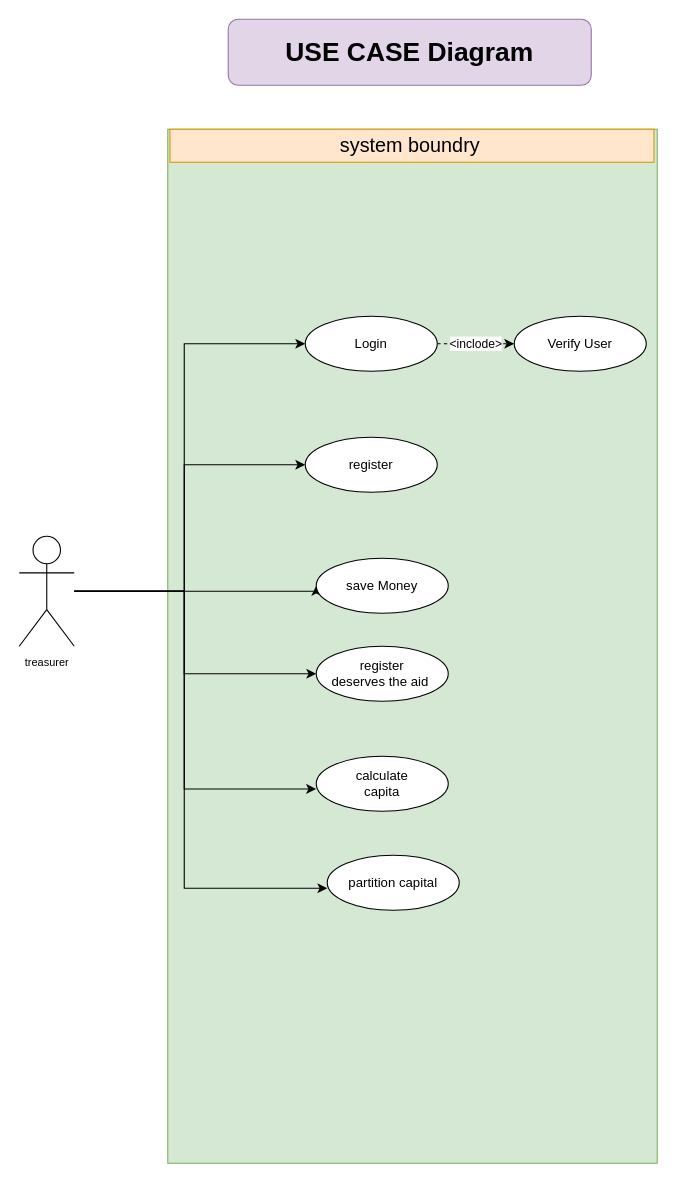
Before: page "Page-1" (1 of 3) of Untitled Diagram.drawio in michaelwagih199/Benevolent, a draw.io diagram. Source tidied: cells renumbered, new cells numbered last; positions are measured from the earlier drawing's top-left corner, leaving out a move shared by most shapes. Both pictures are drawn from the tidied source at 110%, with x=0, y=0 at pixel (19, 19).
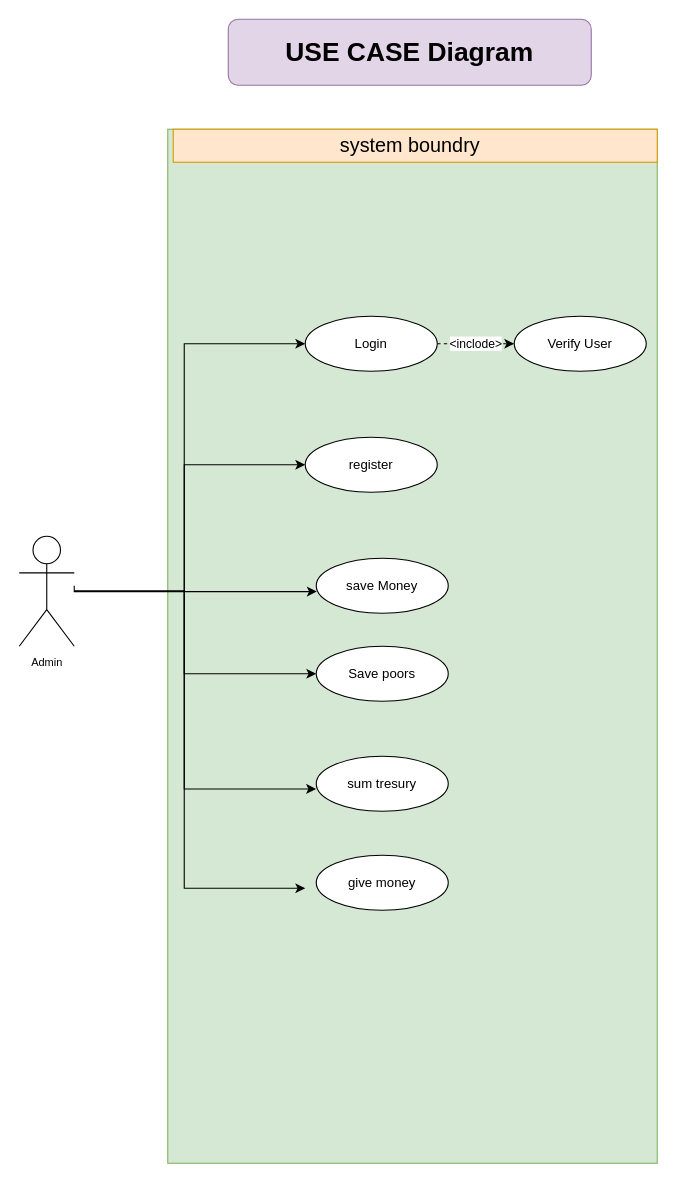
The same page after the edit.

The change refers to these unchanged cells:
```xml
<mxCell id="3" style="rounded=0;whiteSpace=wrap;html=1;fillColor=#d5e8d4;strokeColor=#82b366;" parent="1" vertex="1">
  <mxGeometry x="135" y="100" width="445" height="940" as="geometry" />
</mxCell>
<mxCell id="17" value="save Money" style="ellipse;whiteSpace=wrap;html=1;" parent="1" vertex="1">
  <mxGeometry x="270" y="490" width="120" height="50" as="geometry" />
</mxCell>
```

Change to the diagram source:
```diff
@@
     <mxCell id="4" style="rounded=0;whiteSpace=wrap;html=1;fillColor=#ffe6cc;strokeColor=#d79b00;" parent="1" vertex="1">
-      <mxGeometry x="137" y="100" width="440" height="30" as="geometry" />
+      <mxGeometry x="140" y="100" width="440" height="30" as="geometry" />
     </mxCell>
@@
-    <mxCell id="7" style="edgeStyle=orthogonalEdgeStyle;rounded=0;jettySize=auto;html=1;entryX=0;entryY=0.5;entryDx=0;entryDy=0;" parent="1" edge="1" source="11" target="17">
+    <mxCell id="7" style="edgeStyle=orthogonalEdgeStyle;rounded=0;jettySize=auto;html=1;entryX=0.004;entryY=0.606;entryDx=0;entryDy=0;entryPerimeter=0;" parent="1" edge="1" target="17">
       <mxGeometry relative="1" as="geometry">
+        <mxPoint x="50" y="515" as="sourcePoint" />
         <Array as="points">
-          <mxPoint x="270" y="520" />
+          <mxPoint x="50" y="520" />
         </Array>
       </mxGeometry>
     </mxCell>
@@
-    <mxCell id="10" style="edgeStyle=orthogonalEdgeStyle;rounded=0;jettySize=auto;html=1;entryX=0.326;entryY=0.734;entryDx=0;entryDy=0;entryPerimeter=0;" parent="1" edge="1" source="11" target="3">
+    <mxCell id="10" style="edgeStyle=orthogonalEdgeStyle;rounded=0;jettySize=auto;html=1;" parent="1" edge="1" source="11">
       <mxGeometry relative="1" as="geometry">
+        <mxPoint x="260" y="790" as="targetPoint" />
         <Array as="points">
           <mxPoint x="150" y="520" />
           <mxPoint x="150" y="790" />
         </Array>
       </mxGeometry>
     </mxCell>
-    <mxCell id="11" value="&lt;font style=&quot;font-size: 10px&quot;&gt;treasurer&lt;/font&gt;" style="shape=umlActor;verticalLabelPosition=bottom;labelBackgroundColor=#ffffff;verticalAlign=top;html=1;outlineConnect=0;" parent="1" vertex="1">
+    <mxCell id="11" value="&lt;font style=&quot;font-size: 10px&quot;&gt;Admin&lt;/font&gt;" style="shape=umlActor;verticalLabelPosition=bottom;labelBackgroundColor=#ffffff;verticalAlign=top;html=1;outlineConnect=0;" parent="1" vertex="1">
       <mxGeometry y="470" width="50" height="100" as="geometry" />
     </mxCell>
@@
-    <mxCell id="18" value="register&lt;br&gt;deserves the aid&amp;nbsp;" style="ellipse;whiteSpace=wrap;html=1;" parent="1" vertex="1">
+    <mxCell id="18" value="Save poors" style="ellipse;whiteSpace=wrap;html=1;" parent="1" vertex="1">
       <mxGeometry x="270" y="570" width="120" height="50" as="geometry" />
     </mxCell>
-    <mxCell id="19" value="calculate&lt;br&gt;capita" style="ellipse;whiteSpace=wrap;html=1;" parent="1" vertex="1">
+    <mxCell id="19" value="sum tresury" style="ellipse;whiteSpace=wrap;html=1;" parent="1" vertex="1">
       <mxGeometry x="270" y="670" width="120" height="50" as="geometry" />
     </mxCell>
-    <mxCell id="20" value="partition capital" style="ellipse;whiteSpace=wrap;html=1;" parent="1" vertex="1">
-      <mxGeometry x="280" y="760" width="120" height="50" as="geometry" />
+    <mxCell id="20" value="give money" style="ellipse;whiteSpace=wrap;html=1;" parent="1" vertex="1">
+      <mxGeometry x="270" y="760" width="120" height="50" as="geometry" />
     </mxCell>
```
